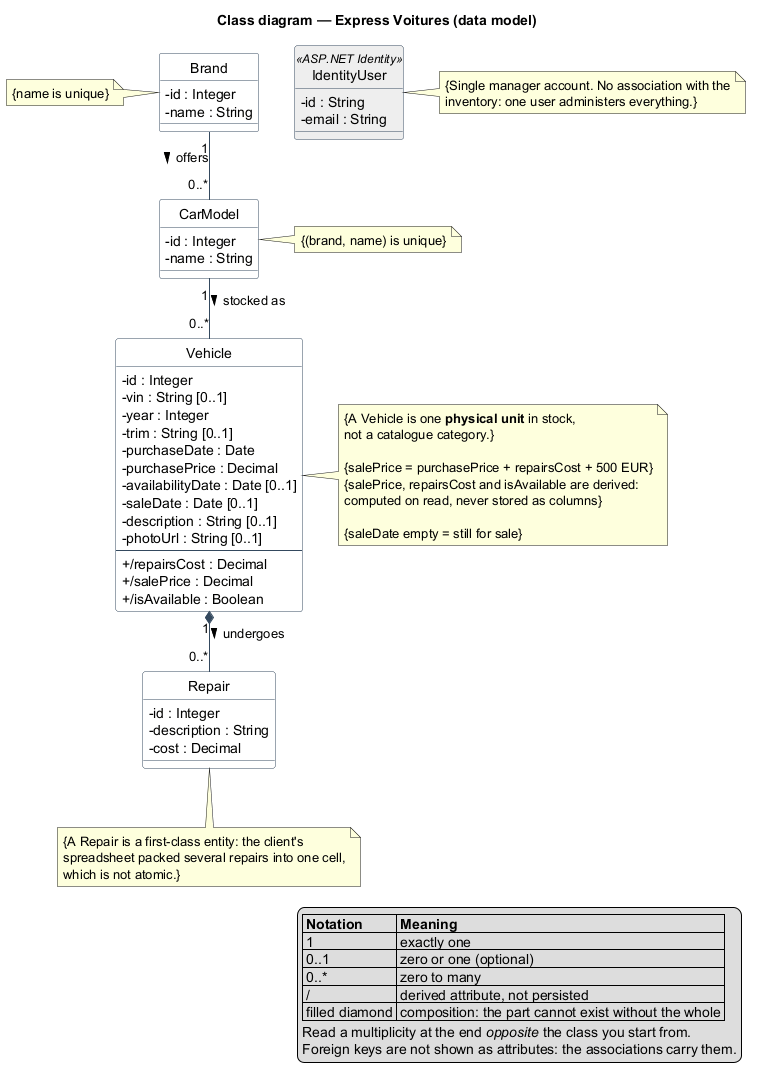
Earlier version of the PlantUML export docs/uml/data-model.png (diasantoine/P5).
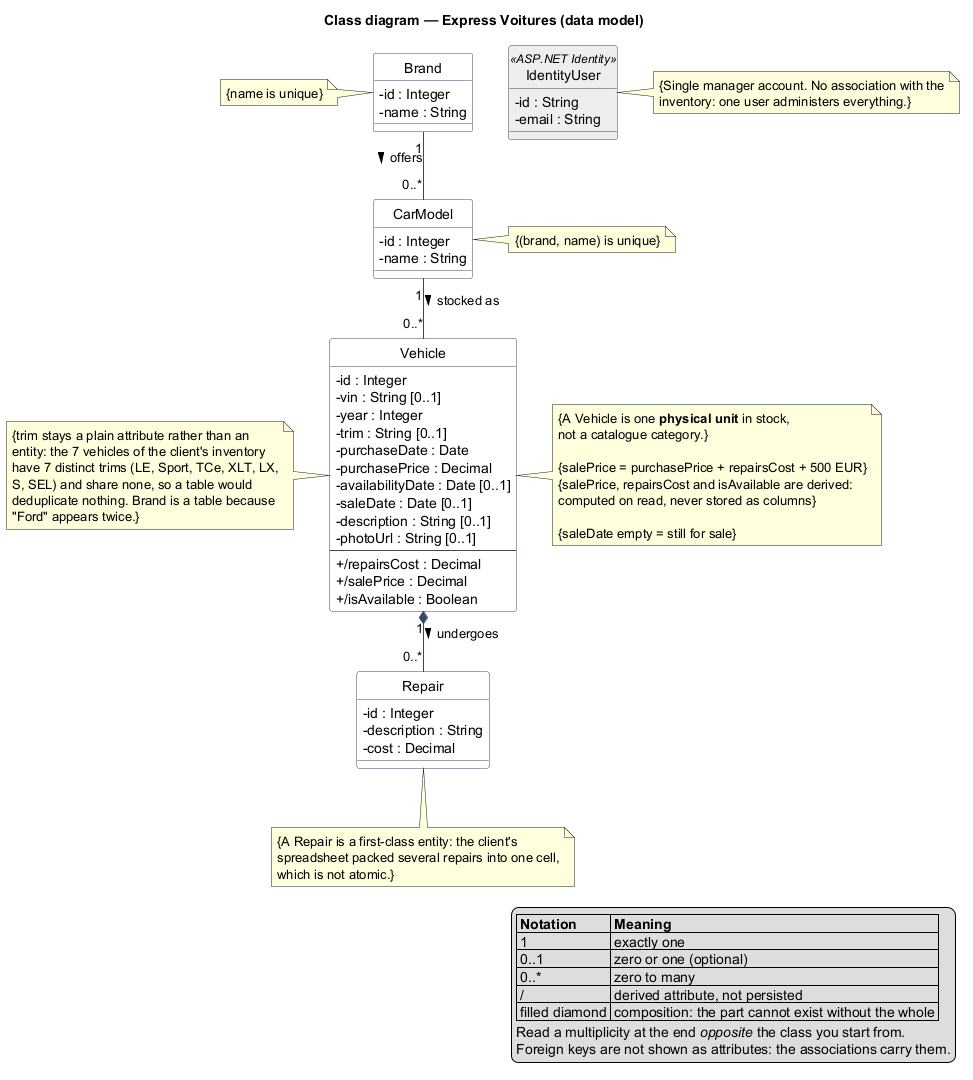
After the change.

Commit message:
Justifie sur le diagramme le choix de Trim en attribut plutot qu'en entite

Change to the diagram source:
```diff
@@ -71,6 +71,15 @@
   inventory: one user administers everything.}
 end note
 
+note left of Vehicle
+  {trim stays a plain attribute rather than an
+  entity: the 7 vehicles of the client's inventory
+  have 7 distinct trims (LE, Sport, TCe, XLT, LX,
+  S, SEL) and share none, so a table would
+  deduplicate nothing. Brand is a table because
+  "Ford" appears twice.}
+end note
+
 note left of Brand
   {name is unique}
 end note
```
